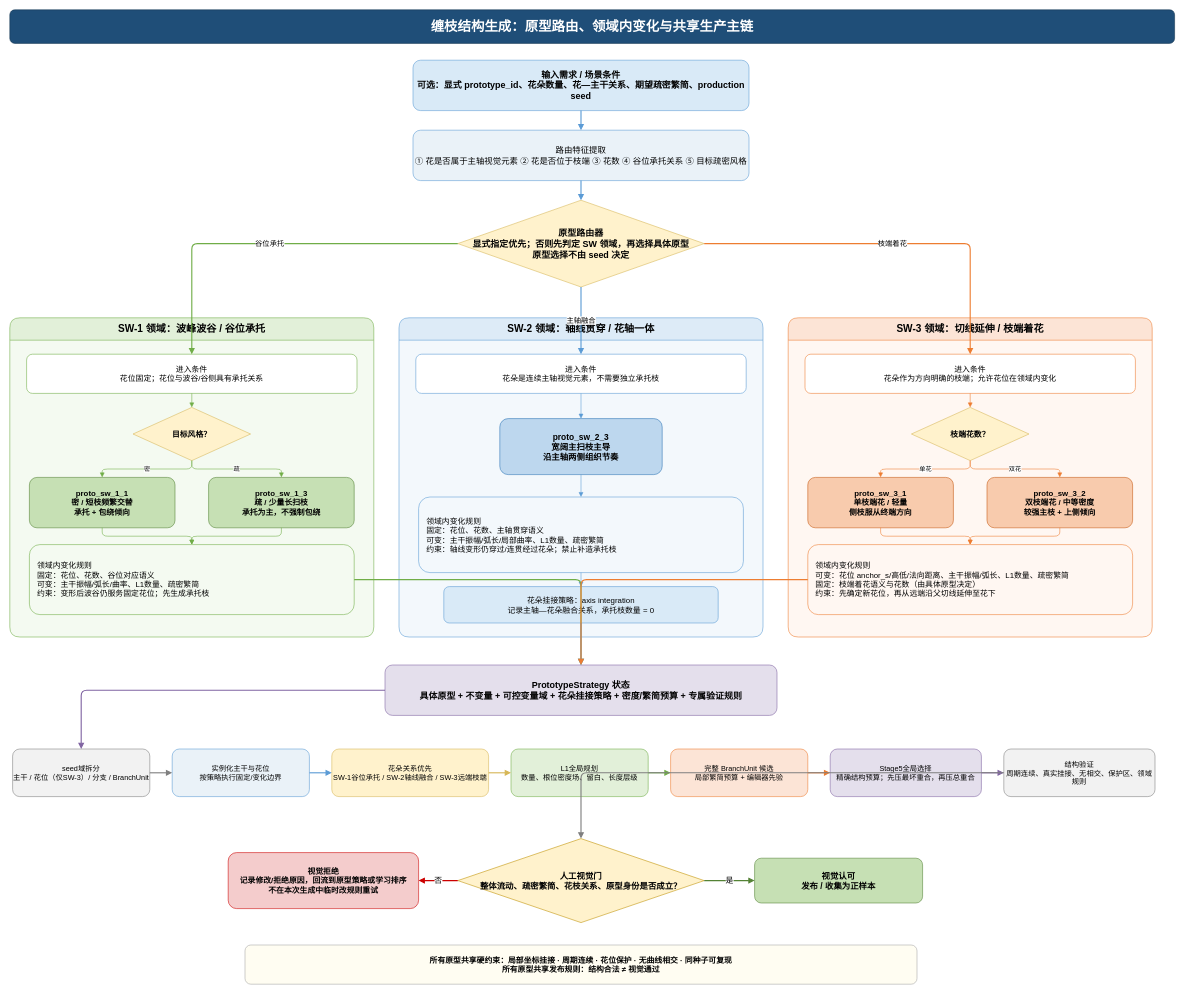
Above: experiments/branch_unit/dynamic/PROTOTYPE_ROUTING_AND_DOMAIN_GENERATION_FLOW_V1.drawio in JimeiHaoD1/porcelain-pattern-gen (draw.io), before the change. Source tidied: cells renumbered, new cells numbered last; positions are measured from the earlier drawing's top-left corner, leaving out a move shared by most shapes. Both pictures are drawn from the tidied source at 56%, with x=0, y=0 at pixel (10, 10).
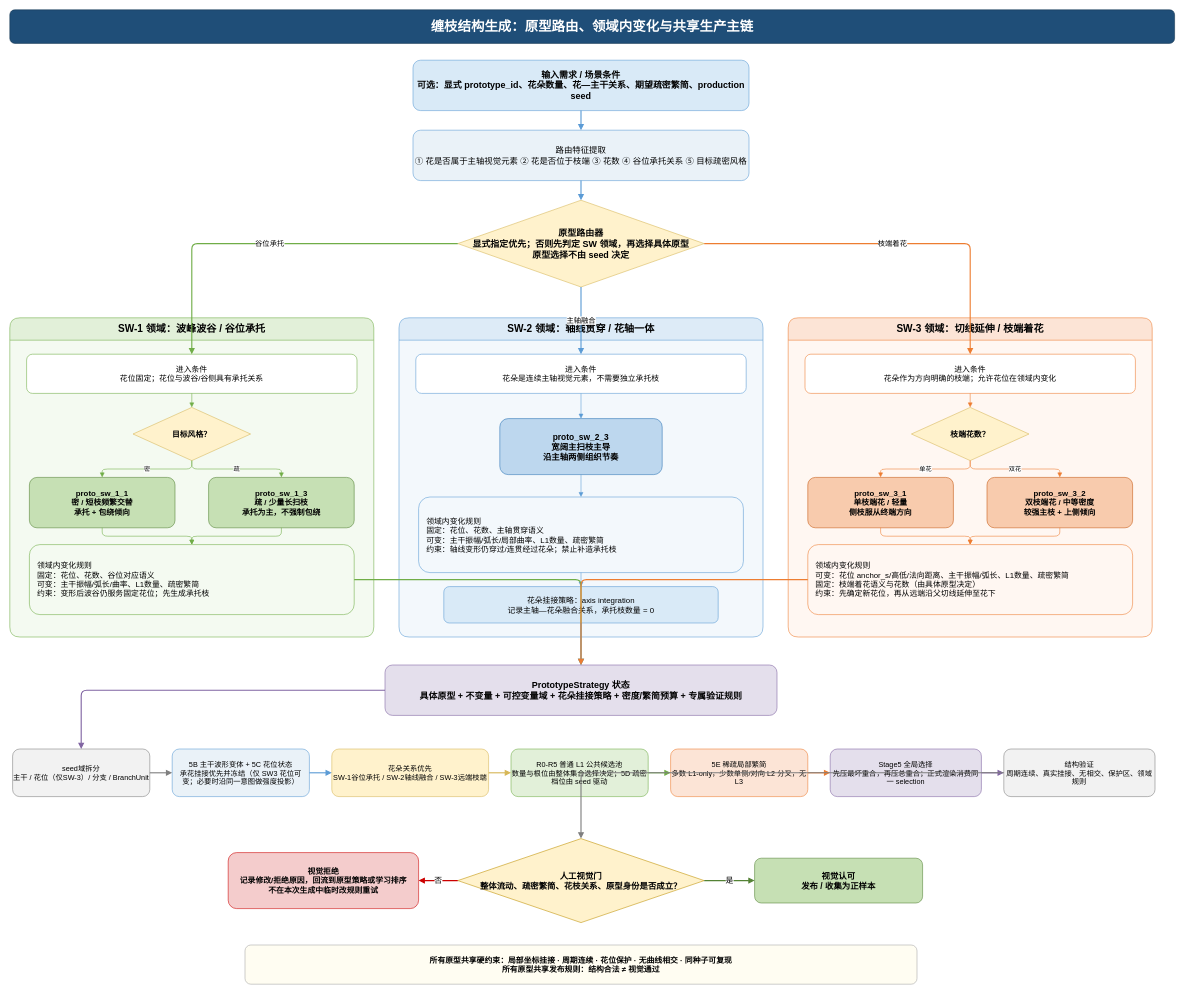
Above is the later version.

What changed in the source:
```diff
@@
-    <mxCell id="46" value="实例化主干与花位&#10;按策略执行固定/变化边界" style="rounded=1;whiteSpace=wrap;html=1;fillColor=#EAF2F8;strokeColor=#5B9BD5;fontSize=13;" parent="1" vertex="1">
+    <mxCell id="46" value="5B 主干波形变体 + 5C 花位状态&#10;承花挂接优先并冻结（仅 SW3 花位可变；必要时沿同一意图做强度投影）" style="rounded=1;whiteSpace=wrap;html=1;fillColor=#EAF2F8;strokeColor=#5B9BD5;fontSize=13;" parent="1" vertex="1">
       <mxGeometry x="290" y="1320" width="245" height="85" as="geometry" />
     </mxCell>
@@
-    <mxCell id="48" value="L1全局规划&#10;数量、根位密度场、留白、长度层级" style="rounded=1;whiteSpace=wrap;html=1;fillColor=#E2F0D9;strokeColor=#70AD47;fontSize=13;" parent="1" vertex="1">
+    <mxCell id="48" value="R0-R5 普通 L1 公共候选池&#10;数量与根位由整体集合选择决定；5D 疏密档位由 seed 驱动" style="rounded=1;whiteSpace=wrap;html=1;fillColor=#E2F0D9;strokeColor=#70AD47;fontSize=13;" parent="1" vertex="1">
       <mxGeometry x="895" y="1320" width="245" height="85" as="geometry" />
     </mxCell>
-    <mxCell id="49" value="完整 BranchUnit 候选&#10;局部繁简预算 + 编辑器先验" style="rounded=1;whiteSpace=wrap;html=1;fillColor=#FCE4D6;strokeColor=#ED7D31;fontSize=13;" parent="1" vertex="1">
+    <mxCell id="49" value="5E 稀疏局部繁简&#10;多数 L1-only，少数单侧/对向 L2 分叉，无 L3" style="rounded=1;whiteSpace=wrap;html=1;fillColor=#FCE4D6;strokeColor=#ED7D31;fontSize=13;" parent="1" vertex="1">
       <mxGeometry x="1180" y="1320" width="245" height="85" as="geometry" />
     </mxCell>
-    <mxCell id="50" value="Stage5全局选择&#10;精确结构预算；先压最坏重合，再压总重合" style="rounded=1;whiteSpace=wrap;html=1;fillColor=#E4DFEC;strokeColor=#8064A2;fontSize=13;" parent="1" vertex="1">
+    <mxCell id="50" value="Stage5 全局选择&#10;先压最坏重合，再压总重合；正式渲染消费同一 selection" style="rounded=1;whiteSpace=wrap;html=1;fillColor=#E4DFEC;strokeColor=#8064A2;fontSize=13;" parent="1" vertex="1">
       <mxGeometry x="1465" y="1320" width="270" height="85" as="geometry" />
     </mxCell>
```
